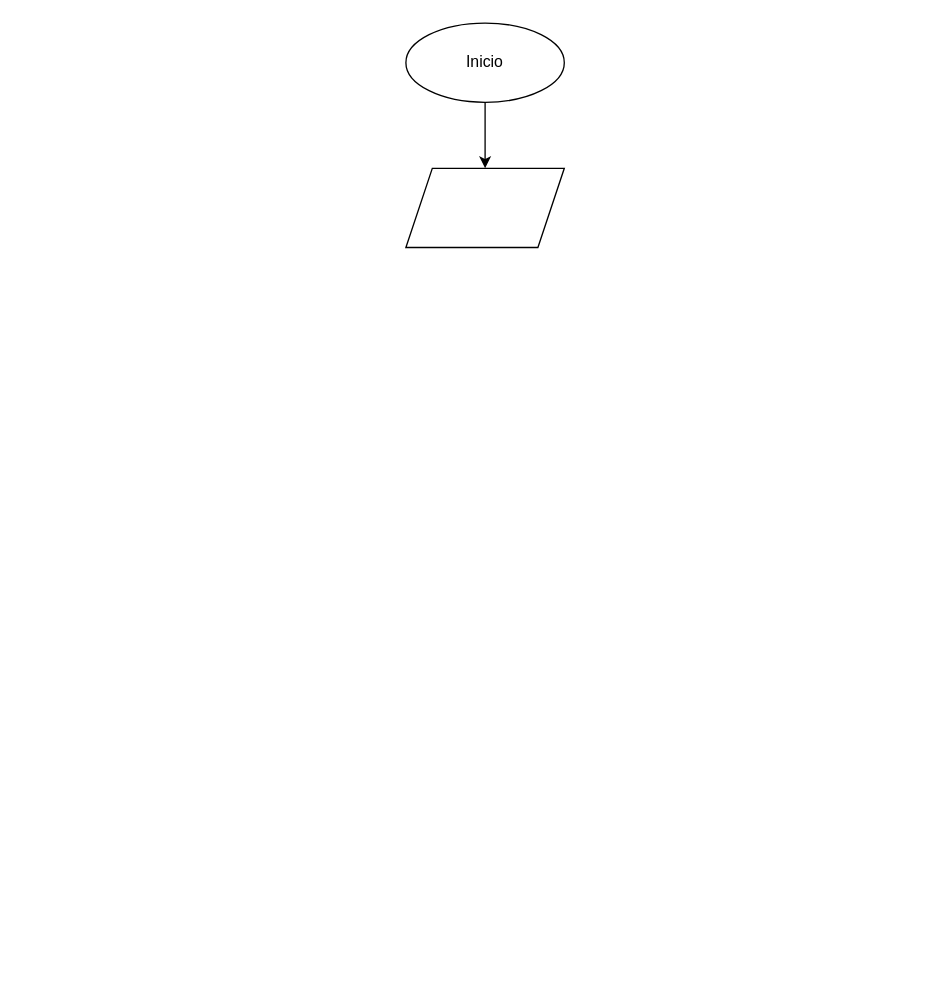
Paugs09/estructuras_condicionales keeps this draw.io diagram as ejercicio3/diagrama.drawio. Above is the earlier version. Source tidied: cells renumbered, new cells numbered last; positions are measured from the earlier drawing's top-left corner, leaving out a move shared by most shapes. Both pictures are drawn from the tidied source at 132%, with x=0, y=0 at pixel (405, 22).
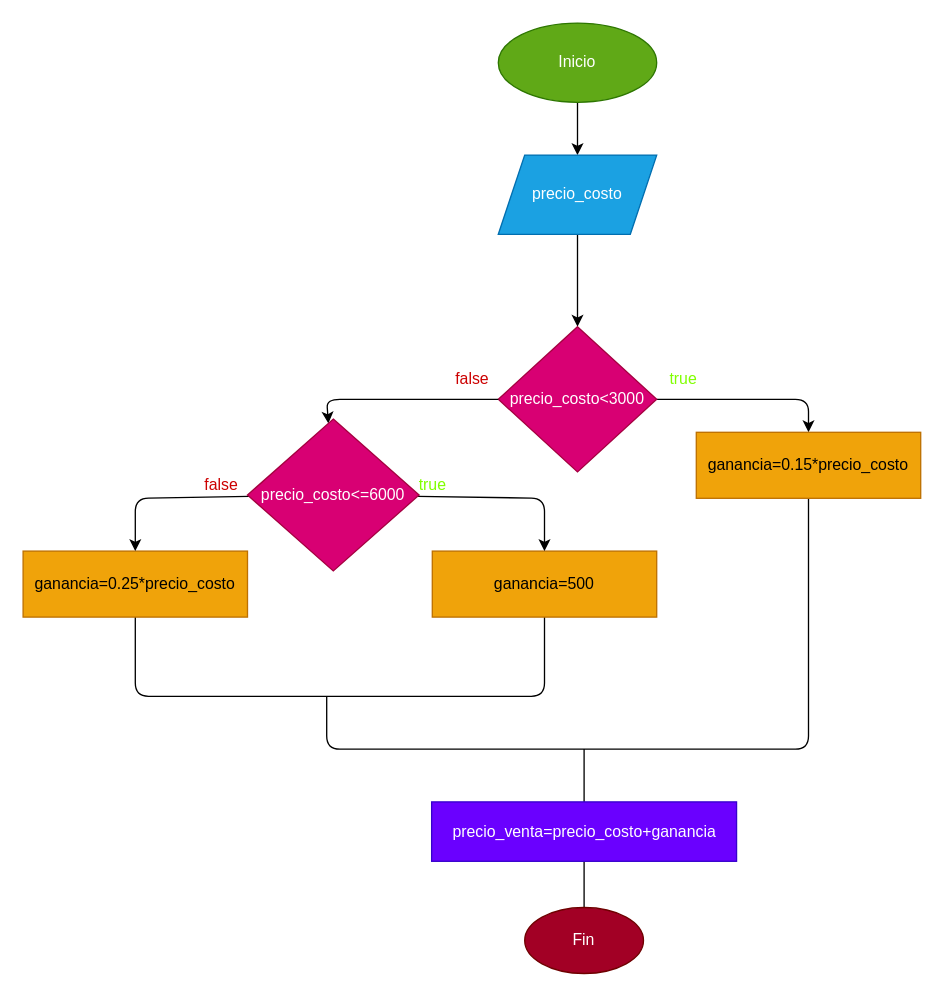
Above is the later version.

Diff of the diagram source:
```diff
@@
-    <mxCell id="3" value="Inicio" style="ellipse;whiteSpace=wrap;html=1;" parent="1" vertex="1">
-      <mxGeometry width="120" height="60" as="geometry" />
+    <mxCell id="3" value="Inicio" style="ellipse;whiteSpace=wrap;html=1;fillColor=#60a917;fontColor=#ffffff;strokeColor=#2D7600;" parent="1" vertex="1">
+      <mxGeometry x="70" width="120" height="60" as="geometry" />
     </mxCell>
+    <mxCell id="5" style="edgeStyle=none;html=1;" parent="1" edge="1" source="4" target="7">
+      <mxGeometry relative="1" as="geometry" />
+    </mxCell>
-    <mxCell id="4" style="shape=parallelogram;perimeter=parallelogramPerimeter;whiteSpace=wrap;html=1;fixedSize=1;" parent="1" vertex="1">
-      <mxGeometry y="110" width="120" height="60" as="geometry" />
+    <mxCell id="4" value="precio_costo" style="shape=parallelogram;perimeter=parallelogramPerimeter;whiteSpace=wrap;html=1;fixedSize=1;fillColor=#1ba1e2;fontColor=#ffffff;strokeColor=#006EAF;" parent="1" vertex="1">
+      <mxGeometry x="70" y="100" width="120" height="60" as="geometry" />
     </mxCell>
+    <mxCell id="6" style="edgeStyle=none;html=1;" parent="1" edge="1" source="7" target="9">
+      <mxGeometry relative="1" as="geometry">
+        <Array as="points">
+          <mxPoint x="305" y="285" />
+        </Array>
+      </mxGeometry>
+    </mxCell>
+    <mxCell id="7" value="precio_costo&amp;lt;3000" style="rhombus;whiteSpace=wrap;html=1;fillColor=#d80073;fontColor=#ffffff;strokeColor=#A50040;" parent="1" vertex="1">
+      <mxGeometry x="70" y="230" width="120" height="110" as="geometry" />
+    </mxCell>
+    <mxCell id="8" style="edgeStyle=none;html=1;startArrow=none;startFill=0;endArrow=none;endFill=0;" parent="1" edge="1" source="9">
+      <mxGeometry relative="1" as="geometry">
+        <mxPoint x="-60" y="510" as="targetPoint" />
+        <Array as="points">
+          <mxPoint x="305" y="550" />
+          <mxPoint x="130" y="550" />
+          <mxPoint x="-60" y="550" />
+        </Array>
+      </mxGeometry>
+    </mxCell>
+    <mxCell id="9" value="ganancia=0.15*precio_costo" style="whiteSpace=wrap;html=1;fillColor=#f0a30a;fontColor=#000000;strokeColor=#BD7000;" parent="1" vertex="1">
+      <mxGeometry x="220" y="310" width="170" height="50" as="geometry" />
+    </mxCell>
+    <mxCell id="10" style="edgeStyle=none;html=1;startArrow=none;startFill=0;endArrow=none;endFill=0;" parent="1" edge="1" source="11" target="12">
+      <mxGeometry relative="1" as="geometry">
+        <Array as="points">
+          <mxPoint x="-205" y="510" />
+          <mxPoint x="-60" y="510" />
+          <mxPoint x="105" y="510" />
+        </Array>
+      </mxGeometry>
+    </mxCell>
+    <mxCell id="11" value="ganancia=0.25*precio_costo" style="whiteSpace=wrap;html=1;fillColor=#f0a30a;fontColor=#000000;strokeColor=#BD7000;" parent="1" vertex="1">
+      <mxGeometry x="-290" y="400" width="170" height="50" as="geometry" />
+    </mxCell>
+    <mxCell id="12" value="ganancia=500" style="whiteSpace=wrap;html=1;fillColor=#f0a30a;fontColor=#000000;strokeColor=#BD7000;" parent="1" vertex="1">
+      <mxGeometry x="20" y="400" width="170" height="50" as="geometry" />
+    </mxCell>
+    <mxCell id="13" style="edgeStyle=none;html=1;startArrow=classic;startFill=1;endArrow=none;endFill=0;" parent="1" edge="1" source="16" target="7">
+      <mxGeometry relative="1" as="geometry">
+        <Array as="points">
+          <mxPoint x="-60" y="285" />
+        </Array>
+      </mxGeometry>
+    </mxCell>
+    <mxCell id="14" style="edgeStyle=none;html=1;startArrow=none;startFill=0;endArrow=classic;endFill=1;" parent="1" edge="1" source="16" target="11">
+      <mxGeometry relative="1" as="geometry">
+        <Array as="points">
+          <mxPoint x="-205" y="360" />
+        </Array>
+      </mxGeometry>
+    </mxCell>
+    <mxCell id="15" style="edgeStyle=none;html=1;startArrow=none;startFill=0;endArrow=classic;endFill=1;" parent="1" edge="1" source="16" target="12">
+      <mxGeometry relative="1" as="geometry">
+        <Array as="points">
+          <mxPoint x="105" y="360" />
+        </Array>
+      </mxGeometry>
+    </mxCell>
+    <mxCell id="16" value="precio_costo&amp;lt;=6000" style="rhombus;whiteSpace=wrap;html=1;fillColor=#d80073;fontColor=#ffffff;strokeColor=#A50040;" parent="1" vertex="1">
+      <mxGeometry x="-120" y="300" width="130" height="115" as="geometry" />
+    </mxCell>
+    <mxCell id="17" style="edgeStyle=none;html=1;startArrow=none;startFill=0;endArrow=none;endFill=0;" parent="1" edge="1" source="19">
+      <mxGeometry relative="1" as="geometry">
+        <mxPoint x="135" y="550" as="targetPoint" />
+      </mxGeometry>
+    </mxCell>
+    <mxCell id="18" style="edgeStyle=none;html=1;startArrow=none;startFill=0;endArrow=none;endFill=0;" parent="1" edge="1" source="19" target="20">
+      <mxGeometry relative="1" as="geometry" />
+    </mxCell>
+    <mxCell id="19" value="precio_venta=precio_costo+ganancia" style="whiteSpace=wrap;html=1;fillColor=#6a00ff;fontColor=#ffffff;strokeColor=#3700CC;" parent="1" vertex="1">
+      <mxGeometry x="19.5" y="590" width="231" height="45" as="geometry" />
+    </mxCell>
+    <mxCell id="20" value="Fin" style="ellipse;whiteSpace=wrap;html=1;fillColor=#a20025;fontColor=#ffffff;strokeColor=#6F0000;" parent="1" vertex="1">
+      <mxGeometry x="90" y="670" width="90" height="50" as="geometry" />
+    </mxCell>
+    <mxCell id="21" value="true" style="text;html=1;align=center;verticalAlign=middle;strokeColor=none;fillColor=none;fontColor=#80FF00;" parent="1" vertex="1">
+      <mxGeometry x="190" y="260" width="40" height="20" as="geometry" />
+    </mxCell>
+    <mxCell id="22" value="true" style="text;html=1;align=center;verticalAlign=middle;strokeColor=none;fillColor=none;fontColor=#80FF00;" parent="1" vertex="1">
+      <mxGeometry y="340" width="40" height="20" as="geometry" />
+    </mxCell>
+    <mxCell id="23" value="&lt;font color=&quot;#cc0000&quot;&gt;false&lt;/font&gt;" style="text;html=1;align=center;verticalAlign=middle;strokeColor=none;fillColor=none;fontColor=#80FF00;" parent="1" vertex="1">
+      <mxGeometry x="30" y="260" width="40" height="20" as="geometry" />
+    </mxCell>
+    <mxCell id="24" value="&lt;font color=&quot;#cc0000&quot;&gt;false&lt;/font&gt;" style="text;html=1;align=center;verticalAlign=middle;strokeColor=none;fillColor=none;fontColor=#80FF00;" parent="1" vertex="1">
+      <mxGeometry x="-160" y="340" width="40" height="20" as="geometry" />
+    </mxCell>
```
